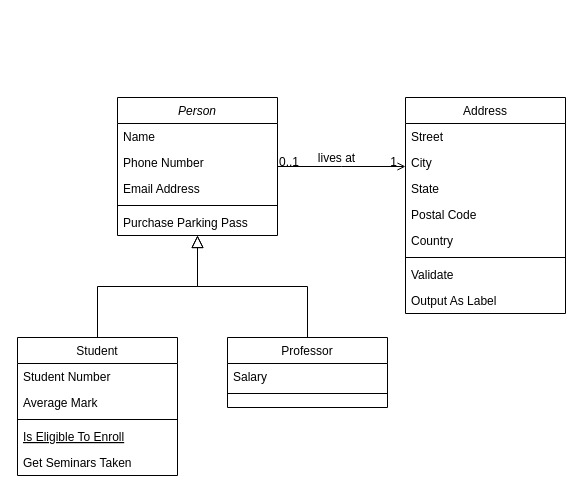
307ScreenSquad/CSC307-ScreenSquad keeps this draw.io diagram as Untitled Diagram.drawio. Above is the earlier version. Source tidied: cells renumbered, new cells numbered last; positions are measured from the earlier drawing's top-left corner, leaving out a move shared by most shapes. Both pictures are drawn from the tidied source at 100%, with x=0, y=0 at pixel (17, 97).
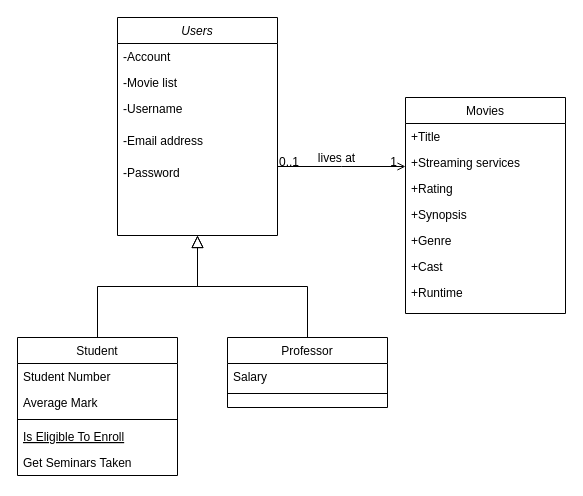
The same diagram, later.

What changed in the source:
```diff
@@
-    <mxCell id="2" value="Person" style="swimlane;fontStyle=2;align=center;verticalAlign=top;horizontal=1;startSize=26;rounded=0;shadow=0;strokeWidth=1;" parent="1" vertex="1">
-      <mxGeometry x="100" width="160" height="138" as="geometry" />
+    <mxCell id="2" value="Users" style="swimlane;fontStyle=2;align=center;verticalAlign=top;horizontal=1;startSize=26;rounded=0;shadow=0;strokeWidth=1;" parent="1" vertex="1">
+      <mxGeometry x="100" y="-80" width="160" height="218" as="geometry" />
     </mxCell>
-    <mxCell id="3" value="Name" style="text;align=left;verticalAlign=top;spacingLeft=4;spacingRight=4;overflow=hidden;" parent="2" vertex="1">
+    <mxCell id="3" value="-Account" style="text;align=left;verticalAlign=top;spacingLeft=4;spacingRight=4;overflow=hidden;" parent="2" vertex="1">
       <mxGeometry y="26" width="160" height="26" as="geometry" />
     </mxCell>
-    <mxCell id="4" value="Phone Number" style="text;align=left;verticalAlign=top;spacingLeft=4;spacingRight=4;overflow=hidden;rounded=0;shadow=0;html=0;" parent="2" vertex="1">
+    <mxCell id="4" value="-Movie list" style="text;align=left;verticalAlign=top;spacingLeft=4;spacingRight=4;overflow=hidden;rounded=0;shadow=0;html=0;" parent="2" vertex="1">
       <mxGeometry y="52" width="160" height="26" as="geometry" />
     </mxCell>
-    <mxCell id="5" value="Email Address" style="text;align=left;verticalAlign=top;spacingLeft=4;spacingRight=4;overflow=hidden;rounded=0;shadow=0;html=0;" parent="2" vertex="1">
-      <mxGeometry y="78" width="160" height="26" as="geometry" />
+    <mxCell id="5" value="-Username" style="text;align=left;verticalAlign=top;spacingLeft=4;spacingRight=4;overflow=hidden;rounded=0;shadow=0;html=0;" parent="2" vertex="1">
+      <mxGeometry y="78" width="160" height="32" as="geometry" />
     </mxCell>
-    <mxCell id="6" style="line;html=1;strokeWidth=1;align=left;verticalAlign=middle;spacingTop=-1;spacingLeft=3;spacingRight=3;labelPosition=right;" parent="2" vertex="1">
-      <mxGeometry y="104" width="160" height="8" as="geometry" />
-    </mxCell>
-    <mxCell id="7" value="Purchase Parking Pass" style="text;align=left;verticalAlign=top;spacingLeft=4;spacingRight=4;overflow=hidden;" parent="2" vertex="1">
-      <mxGeometry y="112" width="160" height="26" as="geometry" />
-    </mxCell>
+    <mxCell id="32" value="-Email address" style="text;align=left;verticalAlign=top;spacingLeft=4;spacingRight=4;overflow=hidden;rounded=0;shadow=0;html=0;" parent="2" vertex="1">
+      <mxGeometry y="110" width="160" height="32" as="geometry" />
+    </mxCell>
+    <mxCell id="33" value="-Password" style="text;align=left;verticalAlign=top;spacingLeft=4;spacingRight=4;overflow=hidden;rounded=0;shadow=0;html=0;" parent="2" vertex="1">
+      <mxGeometry y="142" width="160" height="32" as="geometry" />
+    </mxCell>
@@
-    <mxCell id="19" value="Address" style="swimlane;fontStyle=0;align=center;verticalAlign=top;horizontal=1;startSize=26;rounded=0;shadow=0;strokeWidth=1;" parent="1" vertex="1">
+    <mxCell id="19" value="Movies" style="swimlane;fontStyle=0;align=center;verticalAlign=top;horizontal=1;startSize=26;rounded=0;shadow=0;strokeWidth=1;" parent="1" vertex="1">
       <mxGeometry x="388" width="160" height="216" as="geometry" />
     </mxCell>
-    <mxCell id="20" value="Street" style="text;align=left;verticalAlign=top;spacingLeft=4;spacingRight=4;overflow=hidden;" parent="19" vertex="1">
+    <mxCell id="20" value="+Title" style="text;align=left;verticalAlign=top;spacingLeft=4;spacingRight=4;overflow=hidden;" parent="19" vertex="1">
       <mxGeometry y="26" width="160" height="26" as="geometry" />
     </mxCell>
-    <mxCell id="21" value="City" style="text;align=left;verticalAlign=top;spacingLeft=4;spacingRight=4;overflow=hidden;rounded=0;shadow=0;html=0;" parent="19" vertex="1">
+    <mxCell id="21" value="+Streaming services" style="text;align=left;verticalAlign=top;spacingLeft=4;spacingRight=4;overflow=hidden;rounded=0;shadow=0;html=0;" parent="19" vertex="1">
       <mxGeometry y="52" width="160" height="26" as="geometry" />
     </mxCell>
-    <mxCell id="22" value="State" style="text;align=left;verticalAlign=top;spacingLeft=4;spacingRight=4;overflow=hidden;rounded=0;shadow=0;html=0;" parent="19" vertex="1">
+    <mxCell id="22" value="+Rating" style="text;align=left;verticalAlign=top;spacingLeft=4;spacingRight=4;overflow=hidden;rounded=0;shadow=0;html=0;" parent="19" vertex="1">
       <mxGeometry y="78" width="160" height="26" as="geometry" />
     </mxCell>
-    <mxCell id="23" value="Postal Code" style="text;align=left;verticalAlign=top;spacingLeft=4;spacingRight=4;overflow=hidden;rounded=0;shadow=0;html=0;" parent="19" vertex="1">
+    <mxCell id="23" value="+Synopsis" style="text;align=left;verticalAlign=top;spacingLeft=4;spacingRight=4;overflow=hidden;rounded=0;shadow=0;html=0;" parent="19" vertex="1">
       <mxGeometry y="104" width="160" height="26" as="geometry" />
     </mxCell>
-    <mxCell id="24" value="Country" style="text;align=left;verticalAlign=top;spacingLeft=4;spacingRight=4;overflow=hidden;rounded=0;shadow=0;html=0;" parent="19" vertex="1">
+    <mxCell id="24" value="+Genre" style="text;align=left;verticalAlign=top;spacingLeft=4;spacingRight=4;overflow=hidden;rounded=0;shadow=0;html=0;" parent="19" vertex="1">
       <mxGeometry y="130" width="160" height="26" as="geometry" />
     </mxCell>
-    <mxCell id="25" style="line;html=1;strokeWidth=1;align=left;verticalAlign=middle;spacingTop=-1;spacingLeft=3;spacingRight=3;labelPosition=right;" parent="19" vertex="1">
-      <mxGeometry y="156" width="160" height="8" as="geometry" />
-    </mxCell>
-    <mxCell id="26" value="Validate" style="text;align=left;verticalAlign=top;spacingLeft=4;spacingRight=4;overflow=hidden;" parent="19" vertex="1">
-      <mxGeometry y="164" width="160" height="26" as="geometry" />
-    </mxCell>
-    <mxCell id="27" value="Output As Label" style="text;align=left;verticalAlign=top;spacingLeft=4;spacingRight=4;overflow=hidden;" parent="19" vertex="1">
-      <mxGeometry y="190" width="160" height="26" as="geometry" />
-    </mxCell>
+    <mxCell id="34" value="+Cast" style="text;align=left;verticalAlign=top;spacingLeft=4;spacingRight=4;overflow=hidden;rounded=0;shadow=0;html=0;" parent="19" vertex="1">
+      <mxGeometry y="156" width="160" height="26" as="geometry" />
+    </mxCell>
+    <mxCell id="35" value="+Runtime" style="text;align=left;verticalAlign=top;spacingLeft=4;spacingRight=4;overflow=hidden;rounded=0;shadow=0;html=0;" parent="19" vertex="1">
+      <mxGeometry y="182" width="160" height="26" as="geometry" />
+    </mxCell>
```
